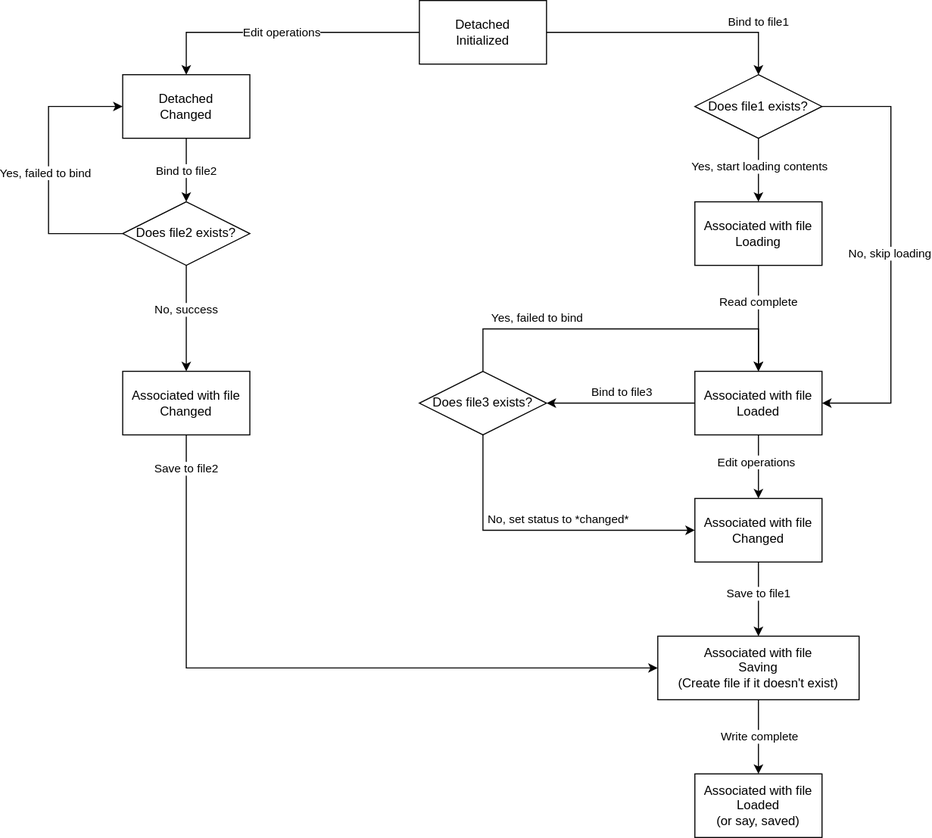
Earlier version of the draw.io export images/4-WindowsAndBuffers-1-FileBuffer.1.drawio.svg (rsvim/rfc). Source tidied: cells renumbered, new cells last; positions are measured from the earlier drawing's top-left corner, leaving out a move shared by most shapes.
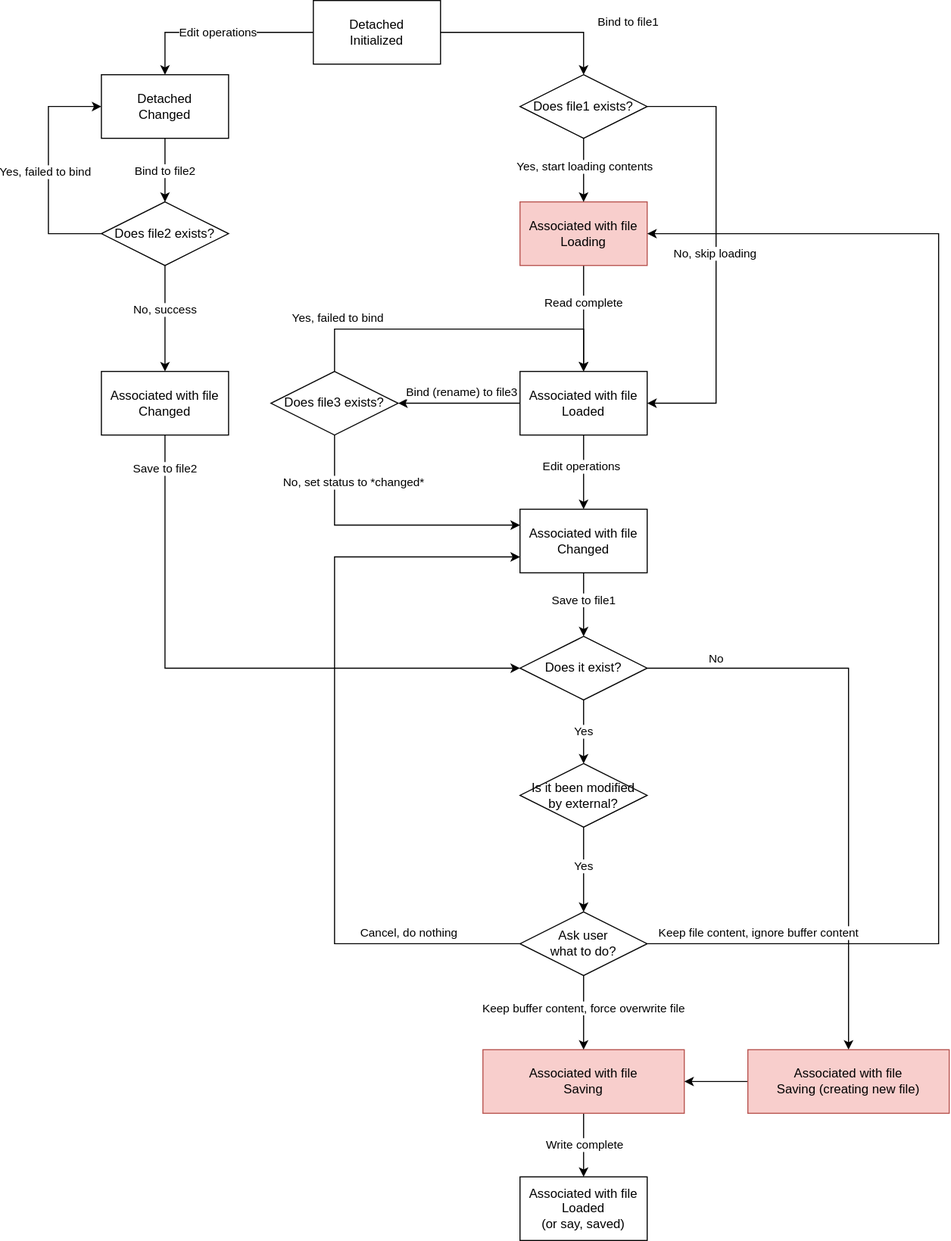
The same file after the commit.

The edit, as a diff of the source:
```diff
@@ -24,8 +24,8 @@
         <mxPoint x="-4" y="-2" as="offset" />
       </mxGeometry>
     </mxCell>
-    <mxCell id="8" value="Associated with file&lt;br&gt;Loading" style="rounded=0;whiteSpace=wrap;html=1;" parent="1" vertex="1">
-      <mxGeometry x="610" y="190" width="120" height="60" as="geometry" />
+    <mxCell id="8" value="Associated with file&lt;br&gt;Loading" style="rounded=0;whiteSpace=wrap;html=1;fillColor=#f8cecc;strokeColor=#b85450;" parent="1" vertex="1">
+      <mxGeometry x="545" y="190" width="120" height="60" as="geometry" />
     </mxCell>
     <mxCell id="9" style="edgeStyle=orthogonalEdgeStyle;rounded=0;jettySize=auto;html=1;entryX=0.5;entryY=0;entryDx=0;entryDy=0;" parent="1" edge="1" source="11" target="31">
       <mxGeometry relative="1" as="geometry" />
@@ -36,7 +36,7 @@
       </mxGeometry>
     </mxCell>
     <mxCell id="11" value="Detached&lt;br&gt;Changed" style="rounded=0;whiteSpace=wrap;html=1;" parent="1" vertex="1">
-      <mxGeometry x="70" y="70" width="120" height="60" as="geometry" />
+      <mxGeometry x="150" y="70" width="120" height="60" as="geometry" />
     </mxCell>
     <mxCell id="12" style="edgeStyle=orthogonalEdgeStyle;rounded=0;jettySize=auto;html=1;entryX=0.5;entryY=0;entryDx=0;entryDy=0;" parent="1" edge="1" source="16" target="22">
       <mxGeometry relative="1" as="geometry" />
@@ -47,41 +47,31 @@
     <mxCell id="14" style="edgeStyle=orthogonalEdgeStyle;rounded=0;jettySize=auto;html=1;entryX=1;entryY=0.5;entryDx=0;entryDy=0;" parent="1" edge="1" source="16" target="41">
       <mxGeometry relative="1" as="geometry" />
     </mxCell>
-    <mxCell id="15" value="Bind to file3" style="edgeLabel;html=1;align=center;verticalAlign=middle;" parent="14" vertex="1">
+    <mxCell id="15" value="Bind (rename) to file3" style="edgeLabel;html=1;align=center;verticalAlign=middle;" parent="14" vertex="1">
       <mxGeometry x="0.16" y="-4" relative="1" as="geometry">
         <mxPoint x="11" y="-6" as="offset" />
       </mxGeometry>
     </mxCell>
     <mxCell id="16" value="Associated with file&lt;br&gt;Loaded" style="rounded=0;whiteSpace=wrap;html=1;" parent="1" vertex="1">
-      <mxGeometry x="610" y="350" width="120" height="60" as="geometry" />
+      <mxGeometry x="545" y="350" width="120" height="60" as="geometry" />
     </mxCell>
-    <mxCell id="17" style="edgeStyle=orthogonalEdgeStyle;rounded=0;jettySize=auto;html=1;exitX=0.5;exitY=1;exitDx=0;exitDy=0;entryX=0;entryY=0.5;entryDx=0;entryDy=0;" parent="1" edge="1" source="19" target="25">
+    <mxCell id="17" style="edgeStyle=orthogonalEdgeStyle;rounded=0;jettySize=auto;html=1;exitX=0.5;exitY=1;exitDx=0;exitDy=0;entryX=0;entryY=0.5;entryDx=0;entryDy=0;" parent="1" edge="1" source="19" target="50">
       <mxGeometry relative="1" as="geometry">
         <Array as="points">
-          <mxPoint x="130" y="630" />
+          <mxPoint x="210" y="630" />
         </Array>
       </mxGeometry>
     </mxCell>
     <mxCell id="18" value="Save to file2" style="edgeLabel;html=1;align=center;verticalAlign=middle;" parent="17" vertex="1">
       <mxGeometry x="-0.55" y="1" relative="1" as="geometry">
-        <mxPoint x="-1" y="-119" as="offset" />
+        <mxPoint x="-1" y="-95" as="offset" />
       </mxGeometry>
     </mxCell>
     <mxCell id="19" value="Associated with file&lt;br&gt;Changed" style="rounded=0;whiteSpace=wrap;html=1;" parent="1" vertex="1">
-      <mxGeometry x="70" y="350" width="120" height="60" as="geometry" />
+      <mxGeometry x="150" y="350" width="120" height="60" as="geometry" />
     </mxCell>
-    <mxCell id="20" style="edgeStyle=orthogonalEdgeStyle;rounded=0;jettySize=auto;html=1;entryX=0.5;entryY=0;entryDx=0;entryDy=0;" parent="1" edge="1" source="22">
-      <mxGeometry relative="1" as="geometry">
-        <mxPoint x="670" y="600" as="targetPoint" />
-      </mxGeometry>
-    </mxCell>
-    <mxCell id="21" value="Save to file1" style="edgeLabel;html=1;align=center;verticalAlign=middle;" parent="20" vertex="1">
-      <mxGeometry x="-0.12" relative="1" as="geometry">
-        <mxPoint y="-1" as="offset" />
-      </mxGeometry>
-    </mxCell>
     <mxCell id="22" value="Associated with file&lt;br&gt;Changed" style="rounded=0;whiteSpace=wrap;html=1;" parent="1" vertex="1">
-      <mxGeometry x="610" y="470" width="120" height="60" as="geometry" />
+      <mxGeometry x="545" y="480" width="120" height="60" as="geometry" />
     </mxCell>
     <mxCell id="23" style="edgeStyle=orthogonalEdgeStyle;rounded=0;jettySize=auto;html=1;entryX=0.5;entryY=0;entryDx=0;entryDy=0;" parent="1" edge="1" source="25" target="26">
       <mxGeometry relative="1" as="geometry" />
@@ -89,17 +79,17 @@
     <mxCell id="24" value="Write complete" style="edgeLabel;html=1;align=center;verticalAlign=middle;" parent="23" vertex="1">
       <mxGeometry x="-0.02" y="1" relative="1" as="geometry" />
     </mxCell>
-    <mxCell id="25" value="Associated with file&lt;br&gt;Saving&lt;br&gt;(Create file if it doesn't exist)" style="rounded=0;whiteSpace=wrap;html=1;" parent="1" vertex="1">
-      <mxGeometry x="575" y="600" width="190" height="60" as="geometry" />
+    <mxCell id="25" value="Associated with file&lt;br&gt;Saving" style="rounded=0;whiteSpace=wrap;html=1;fillColor=#f8cecc;strokeColor=#b85450;" parent="1" vertex="1">
+      <mxGeometry x="510" y="990" width="190" height="60" as="geometry" />
     </mxCell>
     <mxCell id="26" value="Associated with file&lt;br&gt;Loaded&lt;br&gt;(or say, saved)" style="rounded=0;whiteSpace=wrap;html=1;" parent="1" vertex="1">
-      <mxGeometry x="610" y="730" width="120" height="60" as="geometry" />
+      <mxGeometry x="545" y="1110" width="120" height="60" as="geometry" />
     </mxCell>
     <mxCell id="27" style="edgeStyle=orthogonalEdgeStyle;rounded=0;jettySize=auto;html=1;entryX=0;entryY=0.5;entryDx=0;entryDy=0;" parent="1" edge="1" source="31" target="11">
       <mxGeometry relative="1" as="geometry">
         <Array as="points">
-          <mxPoint y="220" />
-          <mxPoint y="100" />
+          <mxPoint x="100" y="220" />
+          <mxPoint x="100" y="100" />
         </Array>
       </mxGeometry>
     </mxCell>
@@ -113,7 +103,7 @@
       <mxGeometry x="-0.16" relative="1" as="geometry" />
     </mxCell>
     <mxCell id="31" value="Does file2 exists?" style="rhombus;whiteSpace=wrap;html=1;" parent="1" vertex="1">
-      <mxGeometry x="70" y="190" width="120" height="60" as="geometry" />
+      <mxGeometry x="150" y="190" width="120" height="60" as="geometry" />
     </mxCell>
     <mxCell id="32" style="edgeStyle=orthogonalEdgeStyle;rounded=0;jettySize=auto;html=1;entryX=0.5;entryY=0;entryDx=0;entryDy=0;" parent="1" edge="1" source="36" target="8">
       <mxGeometry relative="1" as="geometry" />
@@ -124,8 +114,8 @@
     <mxCell id="34" style="edgeStyle=orthogonalEdgeStyle;rounded=0;jettySize=auto;html=1;entryX=1;entryY=0.5;entryDx=0;entryDy=0;exitX=1;exitY=0.5;exitDx=0;exitDy=0;" parent="1" edge="1" source="36" target="16">
       <mxGeometry relative="1" as="geometry">
         <Array as="points">
-          <mxPoint x="795" y="100" />
-          <mxPoint x="795" y="380" />
+          <mxPoint x="730" y="100" />
+          <mxPoint x="730" y="380" />
         </Array>
       </mxGeometry>
     </mxCell>
@@ -133,35 +123,118 @@
       <mxGeometry x="-0.01" y="-1" relative="1" as="geometry" />
     </mxCell>
     <mxCell id="36" value="Does file1 exists?" style="rhombus;whiteSpace=wrap;html=1;" parent="1" vertex="1">
-      <mxGeometry x="610" y="70" width="120" height="60" as="geometry" />
+      <mxGeometry x="545" y="70" width="120" height="60" as="geometry" />
     </mxCell>
-    <mxCell id="37" style="edgeStyle=orthogonalEdgeStyle;rounded=0;jettySize=auto;html=1;entryX=0.5;entryY=0;entryDx=0;entryDy=0;" parent="1" edge="1" source="41" target="16">
+    <mxCell id="37" style="edgeStyle=orthogonalEdgeStyle;rounded=0;jettySize=auto;html=1;entryX=0.5;entryY=0;entryDx=0;entryDy=0;exitX=0.5;exitY=0;exitDx=0;exitDy=0;" parent="1" edge="1" source="41" target="16">
       <mxGeometry relative="1" as="geometry">
         <Array as="points">
-          <mxPoint x="410" y="310" />
-          <mxPoint x="670" y="310" />
+          <mxPoint x="370" y="310" />
+          <mxPoint x="605" y="310" />
         </Array>
       </mxGeometry>
     </mxCell>
     <mxCell id="38" value="Yes, failed to bind" style="edgeLabel;html=1;align=center;verticalAlign=middle;" parent="37" vertex="1">
       <mxGeometry x="-0.43" y="2" relative="1" as="geometry">
-        <mxPoint x="-7" y="-8" as="offset" />
+        <mxPoint x="-47" y="-8" as="offset" />
       </mxGeometry>
     </mxCell>
-    <mxCell id="39" style="edgeStyle=orthogonalEdgeStyle;rounded=0;jettySize=auto;html=1;entryX=0;entryY=0.5;entryDx=0;entryDy=0;" parent="1" edge="1" source="41" target="22">
+    <mxCell id="39" style="edgeStyle=orthogonalEdgeStyle;rounded=0;jettySize=auto;html=1;entryX=0;entryY=0.25;entryDx=0;entryDy=0;exitX=0.5;exitY=1;exitDx=0;exitDy=0;" parent="1" edge="1" source="41" target="22">
       <mxGeometry relative="1" as="geometry">
         <Array as="points">
-          <mxPoint x="410" y="500" />
+          <mxPoint x="370" y="495" />
         </Array>
       </mxGeometry>
     </mxCell>
     <mxCell id="40" value="No, set status to *changed*" style="edgeLabel;html=1;align=center;verticalAlign=middle;" parent="39" vertex="1">
       <mxGeometry x="-0.25" y="-2" relative="1" as="geometry">
-        <mxPoint x="51" y="-12" as="offset" />
+        <mxPoint x="4" y="-42" as="offset" />
       </mxGeometry>
     </mxCell>
     <mxCell id="41" value="Does file3 exists?" style="rhombus;whiteSpace=wrap;html=1;" parent="1" vertex="1">
-      <mxGeometry x="350" y="350" width="120" height="60" as="geometry" />
+      <mxGeometry x="310" y="350" width="120" height="60" as="geometry" />
     </mxCell>
+    <mxCell id="42" style="edgeStyle=orthogonalEdgeStyle;rounded=0;jettySize=auto;html=1;entryX=0.5;entryY=0;entryDx=0;entryDy=0;" parent="1" edge="1" source="22" target="50">
+      <mxGeometry relative="1" as="geometry" />
+    </mxCell>
+    <mxCell id="21" value="Save to file1" style="edgeLabel;html=1;align=center;verticalAlign=middle;" parent="42" vertex="1">
+      <mxGeometry x="-0.12" relative="1" as="geometry">
+        <mxPoint y="-1" as="offset" />
+      </mxGeometry>
+    </mxCell>
+    <mxCell id="43" style="edgeStyle=orthogonalEdgeStyle;rounded=0;jettySize=auto;html=1;entryX=0.5;entryY=0;entryDx=0;entryDy=0;" parent="1" edge="1" source="45" target="59">
+      <mxGeometry relative="1" as="geometry" />
+    </mxCell>
+    <mxCell id="44" value="Yes" style="edgeLabel;html=1;align=center;verticalAlign=middle;" parent="43" vertex="1">
+      <mxGeometry x="0.13" y="2" relative="1" as="geometry">
+        <mxPoint x="-2" y="-9" as="offset" />
+      </mxGeometry>
+    </mxCell>
+    <mxCell id="45" value="Is it been modified&lt;br&gt;by external?" style="rhombus;whiteSpace=wrap;html=1;" parent="1" vertex="1">
+      <mxGeometry x="545" y="720" width="120" height="60" as="geometry" />
+    </mxCell>
+    <mxCell id="46" style="edgeStyle=orthogonalEdgeStyle;rounded=0;jettySize=auto;html=1;entryX=0.5;entryY=0;entryDx=0;entryDy=0;" parent="1" edge="1" source="50" target="52">
+      <mxGeometry relative="1" as="geometry" />
+    </mxCell>
+    <mxCell id="47" value="No" style="edgeLabel;html=1;align=center;verticalAlign=middle;" parent="46" vertex="1">
+      <mxGeometry x="-0.28" y="2" relative="1" as="geometry">
+        <mxPoint x="-127" y="-17" as="offset" />
+      </mxGeometry>
+    </mxCell>
+    <mxCell id="48" style="edgeStyle=orthogonalEdgeStyle;rounded=0;jettySize=auto;html=1;entryX=0.5;entryY=0;entryDx=0;entryDy=0;" parent="1" edge="1" source="50" target="45">
+      <mxGeometry relative="1" as="geometry" />
+    </mxCell>
+    <mxCell id="49" value="Yes" style="edgeLabel;html=1;align=center;verticalAlign=middle;" parent="48" vertex="1">
+      <mxGeometry x="-0.01" y="2" relative="1" as="geometry">
+        <mxPoint x="-2" as="offset" />
+      </mxGeometry>
+    </mxCell>
+    <mxCell id="50" value="Does it exist?" style="rhombus;whiteSpace=wrap;html=1;" parent="1" vertex="1">
+      <mxGeometry x="545" y="600" width="120" height="60" as="geometry" />
+    </mxCell>
+    <mxCell id="51" style="edgeStyle=orthogonalEdgeStyle;rounded=0;jettySize=auto;html=1;entryX=1;entryY=0.5;entryDx=0;entryDy=0;" parent="1" edge="1" source="52" target="25">
+      <mxGeometry relative="1" as="geometry">
+        <Array as="points">
+          <mxPoint x="845" y="1020" />
+        </Array>
+      </mxGeometry>
+    </mxCell>
+    <mxCell id="52" value="Associated with file&lt;br&gt;Saving (creating new file)" style="rounded=0;whiteSpace=wrap;html=1;fillColor=#f8cecc;strokeColor=#b85450;" parent="1" vertex="1">
+      <mxGeometry x="760" y="990" width="190" height="60" as="geometry" />
+    </mxCell>
+    <mxCell id="53" style="edgeStyle=orthogonalEdgeStyle;rounded=0;jettySize=auto;html=1;entryX=0.5;entryY=0;entryDx=0;entryDy=0;" parent="1" edge="1" source="59" target="25">
+      <mxGeometry relative="1" as="geometry" />
+    </mxCell>
+    <mxCell id="54" value="Keep buffer content, force overwrite file" style="edgeLabel;html=1;align=center;verticalAlign=middle;" parent="53" vertex="1">
+      <mxGeometry x="-0.12" relative="1" as="geometry" />
+    </mxCell>
+    <mxCell id="55" style="edgeStyle=orthogonalEdgeStyle;rounded=0;jettySize=auto;html=1;entryX=0;entryY=0.75;entryDx=0;entryDy=0;" parent="1" edge="1" source="59" target="22">
+      <mxGeometry relative="1" as="geometry">
+        <Array as="points">
+          <mxPoint x="370" y="890" />
+          <mxPoint x="370" y="525" />
+        </Array>
+      </mxGeometry>
+    </mxCell>
+    <mxCell id="56" value="Cancel, do nothing" style="edgeLabel;html=1;align=center;verticalAlign=middle;" parent="55" vertex="1">
+      <mxGeometry x="-0.78" y="-3" relative="1" as="geometry">
+        <mxPoint x="-28" y="-7" as="offset" />
+      </mxGeometry>
+    </mxCell>
+    <mxCell id="57" style="edgeStyle=orthogonalEdgeStyle;rounded=0;jettySize=auto;html=1;entryX=1;entryY=0.5;entryDx=0;entryDy=0;" parent="1" edge="1" source="59" target="8">
+      <mxGeometry relative="1" as="geometry">
+        <Array as="points">
+          <mxPoint x="940" y="890" />
+          <mxPoint x="940" y="220" />
+        </Array>
+      </mxGeometry>
+    </mxCell>
+    <mxCell id="58" value="Keep file content, ignore buffer content" style="edgeLabel;html=1;align=center;verticalAlign=middle;" parent="57" vertex="1">
+      <mxGeometry x="-0.89" y="2" relative="1" as="geometry">
+        <mxPoint x="40" y="-8" as="offset" />
+      </mxGeometry>
+    </mxCell>
+    <mxCell id="59" value="Ask user&lt;br&gt;what to do?" style="rhombus;whiteSpace=wrap;html=1;" parent="1" vertex="1">
+      <mxGeometry x="545" y="860" width="120" height="60" as="geometry" />
+    </mxCell>
   </root>
 </mxGraphModel>
```
